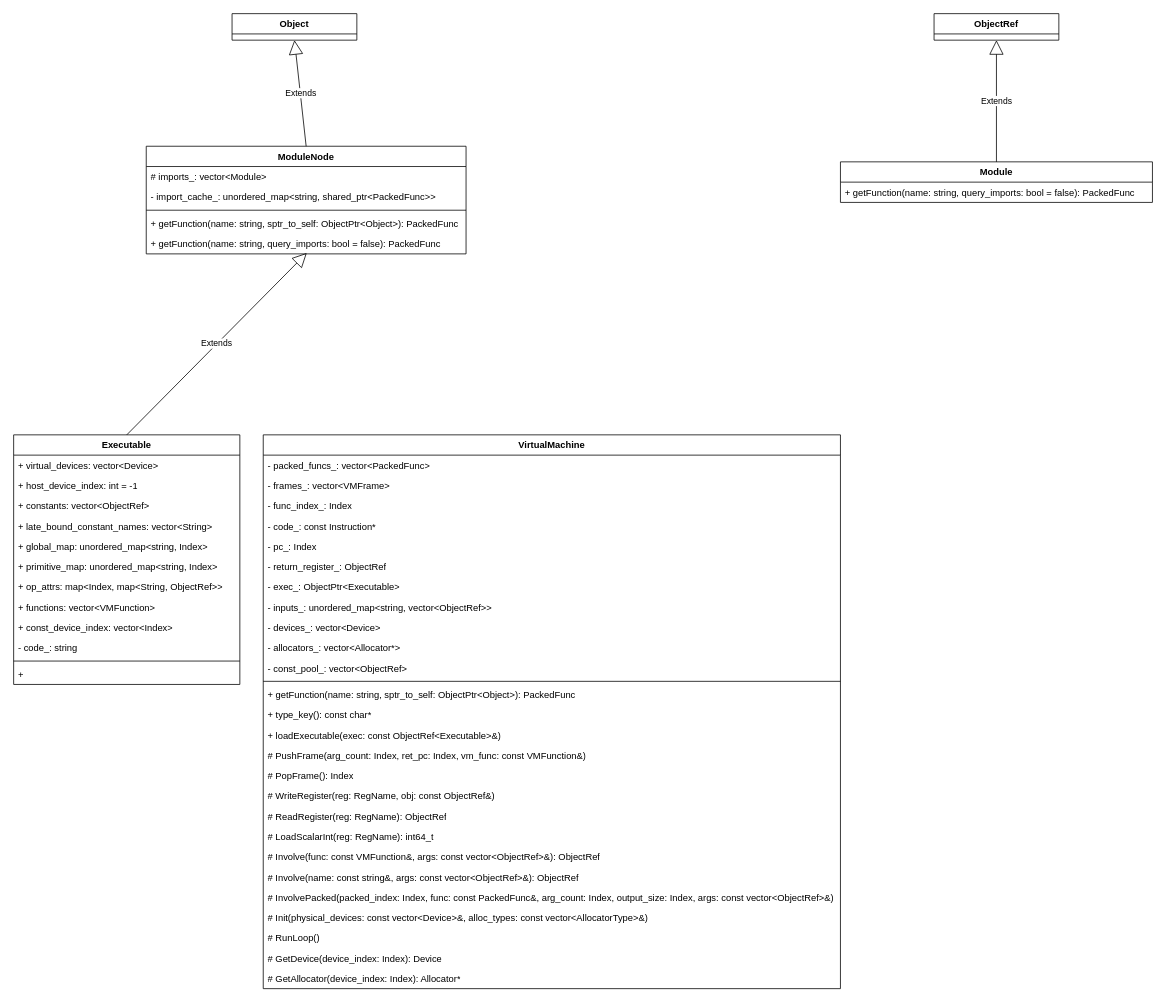
gdhzyz/draws keeps this draw.io diagram as page "module" (10 of 10) of runtime.drawio. Above is the earlier version. Source tidied: cells renumbered, new cells numbered last; positions are measured from the earlier drawing's top-left corner, leaving out a move shared by most shapes. Both pictures are drawn from the tidied source at 78%, with x=0, y=0 at pixel (13, 13).
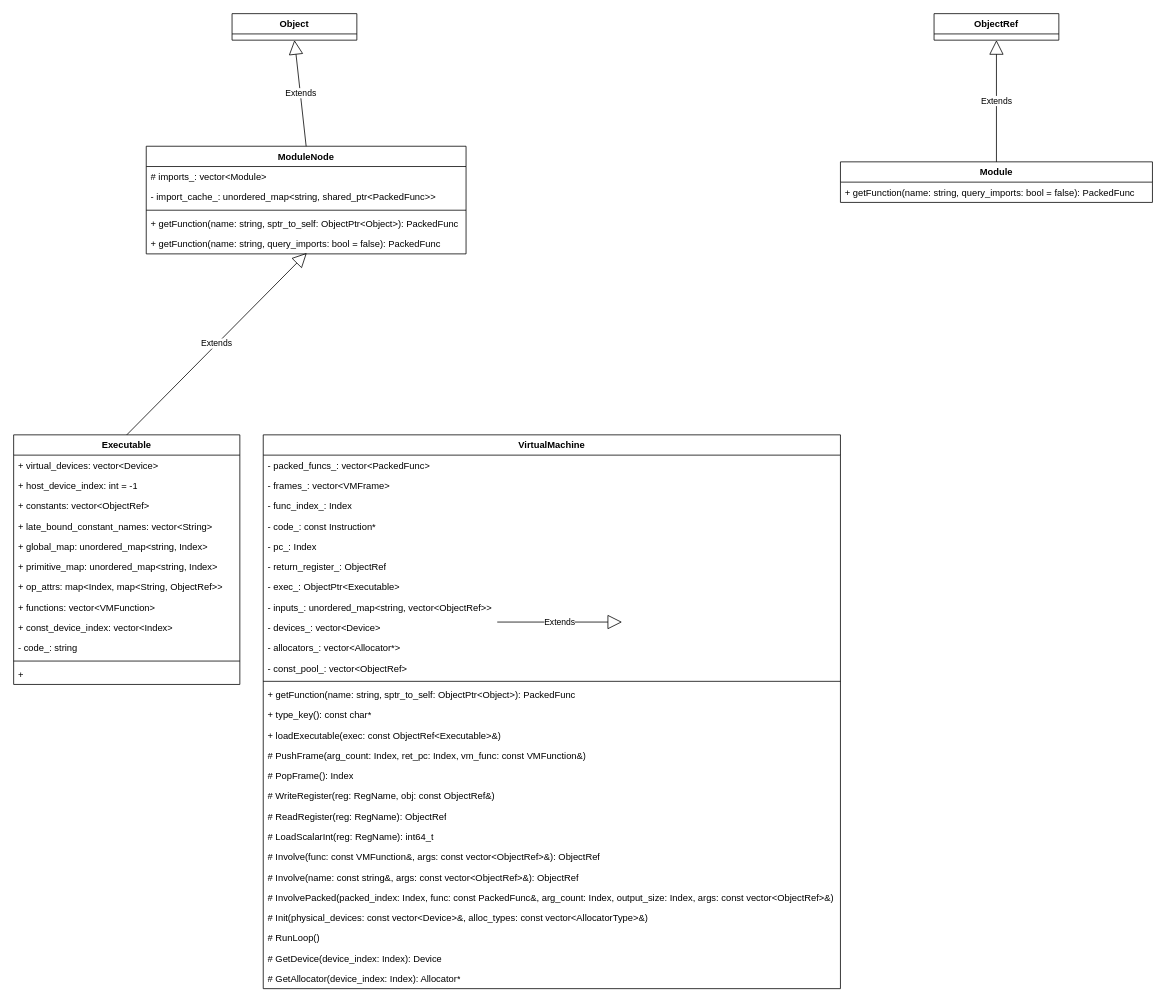
Above is the later version.

What changed in the source:
```diff
@@
+    <mxCell id="56" value="Extends" style="endArrow=block;endSize=16;endFill=0;html=1;rounded=0;" parent="1" edge="1">
+      <mxGeometry relative="1" as="geometry">
+        <mxPoint x="620" y="780" as="sourcePoint" />
+        <mxPoint x="780" y="780" as="targetPoint" />
+      </mxGeometry>
+    </mxCell>
```
